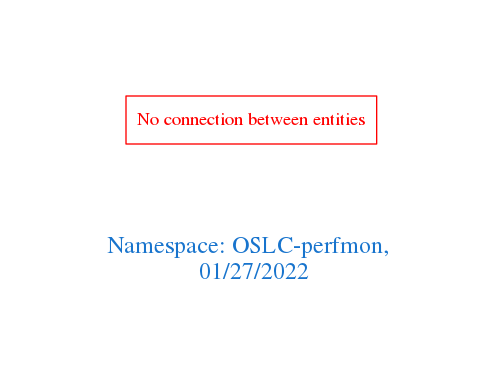
Above: downloads/OSLC-perfmon.png in arago/OGIT (Graphviz), before the change. Its source is kept beside it as downloads/OSLC-perfmon.dot.
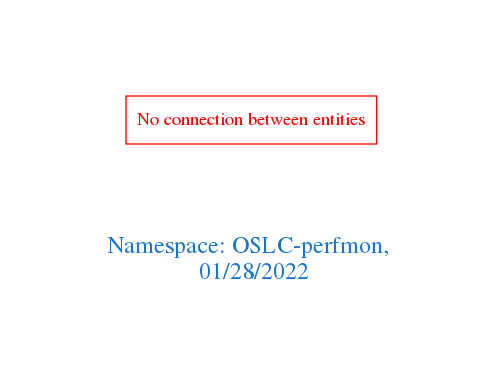
After the change.

The edit, as a diff of the source:
```diff
@@ -1,7 +1,7 @@
 digraph OGIT_ontology {
  graph [ rankdir= LR,pad=1
 fontsize = 18,
-fontcolor= dodgerblue3,label = "\n\n\nNamespace: OSLC-perfmon, \n 01/27/2022"];
+fontcolor= dodgerblue3,label = "\n\n\nNamespace: OSLC-perfmon, \n 01/28/2022"];
 node[shape=polygon];
 edge [  color="gray81"];
 
```
